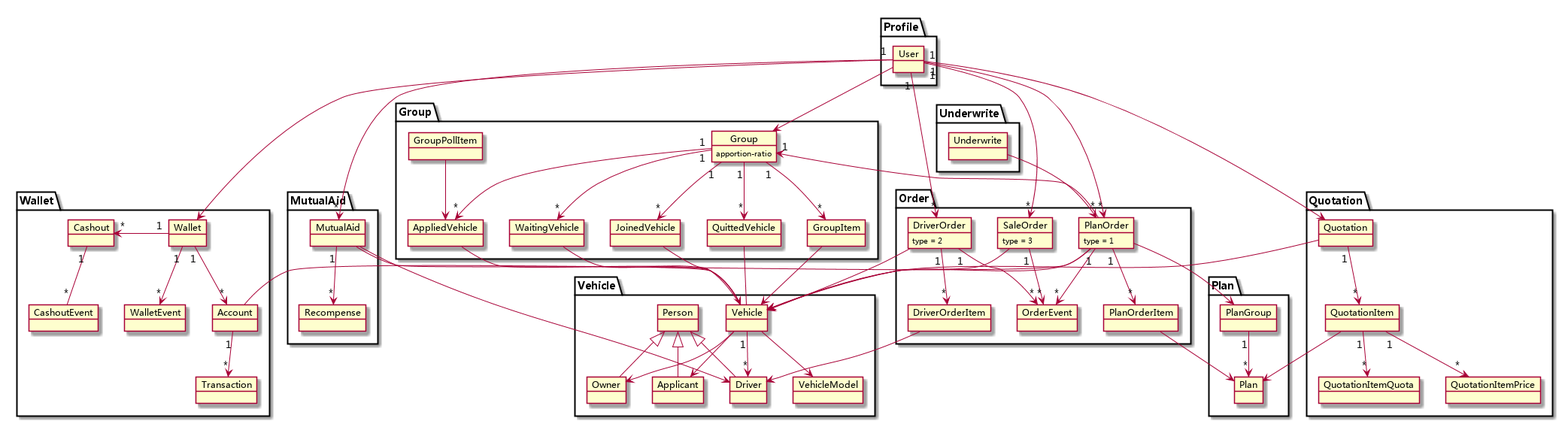
The PlantUML diagram img/models.png in titan/hive-mockserver, before a commit.
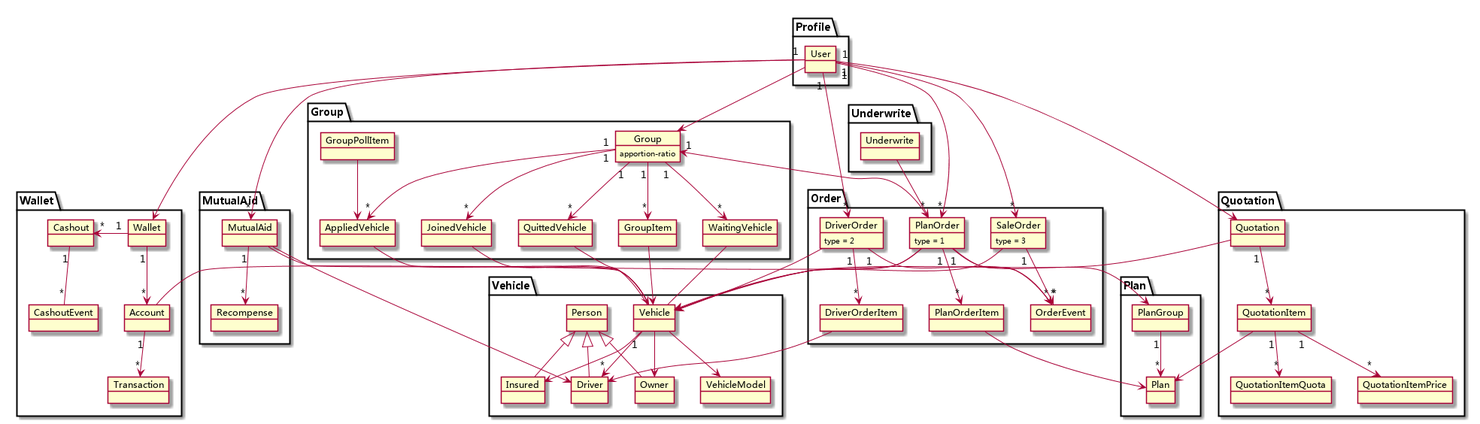
After the commit.

Diff of the diagram source:
```diff
@@ -21,7 +21,7 @@
   object Person
   object Driver
   object Owner
-  object Applicant
+  object Insured
   object Vehicle
   object VehicleModel
 }
@@ -33,7 +33,6 @@
   object Wallet
   object Transaction
   object Account
-  object WalletEvent
   object Cashout
   object CashoutEvent
 }
@@ -102,16 +101,15 @@
 
 Person <|-- Driver
 Person <|-- Owner
-Person <|-- Applicant
+Person <|-- Insured
 Vehicle --> VehicleModel
 Vehicle "1" --> "*" Driver
 Vehicle --> Owner
-Vehicle --> Applicant
+Vehicle --> Insured
 
 Wallet "1" --> "*" Account
 Account "1" --> "*" Transaction
 Wallet "1" -> "*" Cashout
-Wallet "1" --> "*" WalletEvent
 
 PlanOrder - Account
 
```
